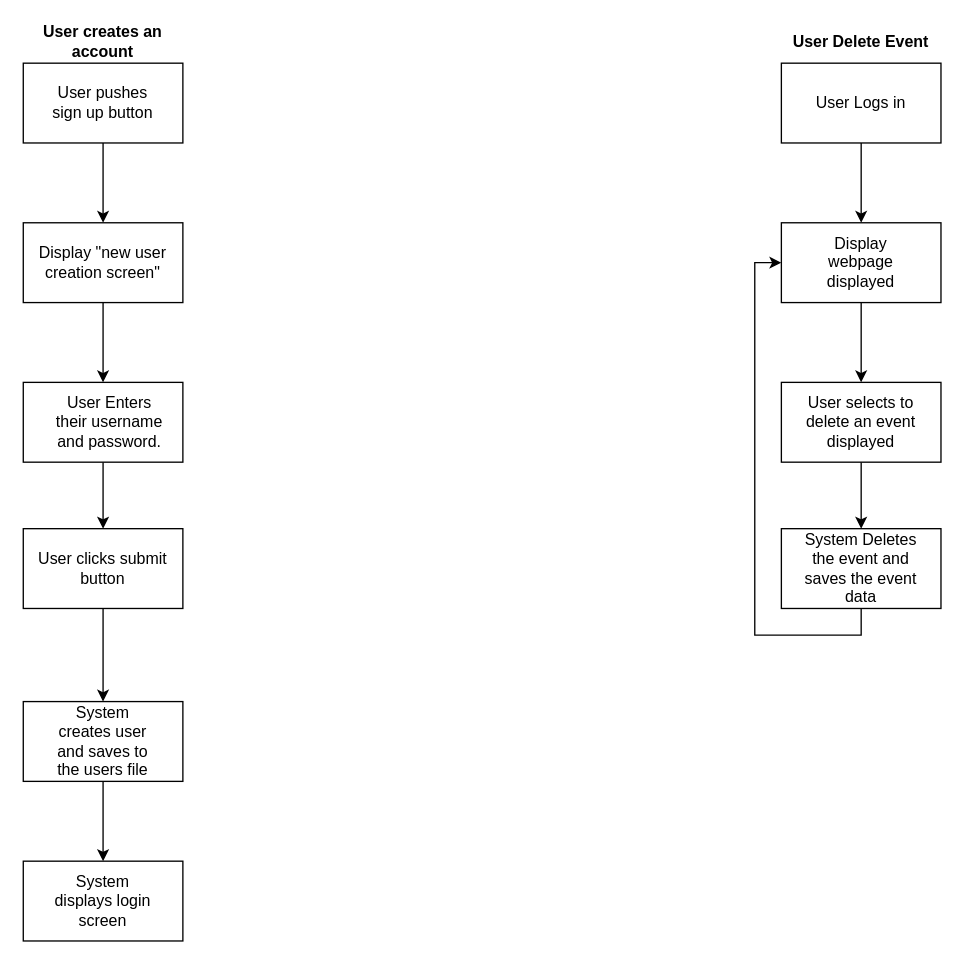
Above: User-create_event-delete.drawio in benjamineavenson/CS320_Project (draw.io), before the change. Source tidied: cells renumbered, new cells numbered last; positions are measured from the earlier drawing's top-left corner, leaving out a move shared by most shapes. Both pictures are drawn from the tidied source at 133%, with x=0, y=0 at pixel (23, 28).
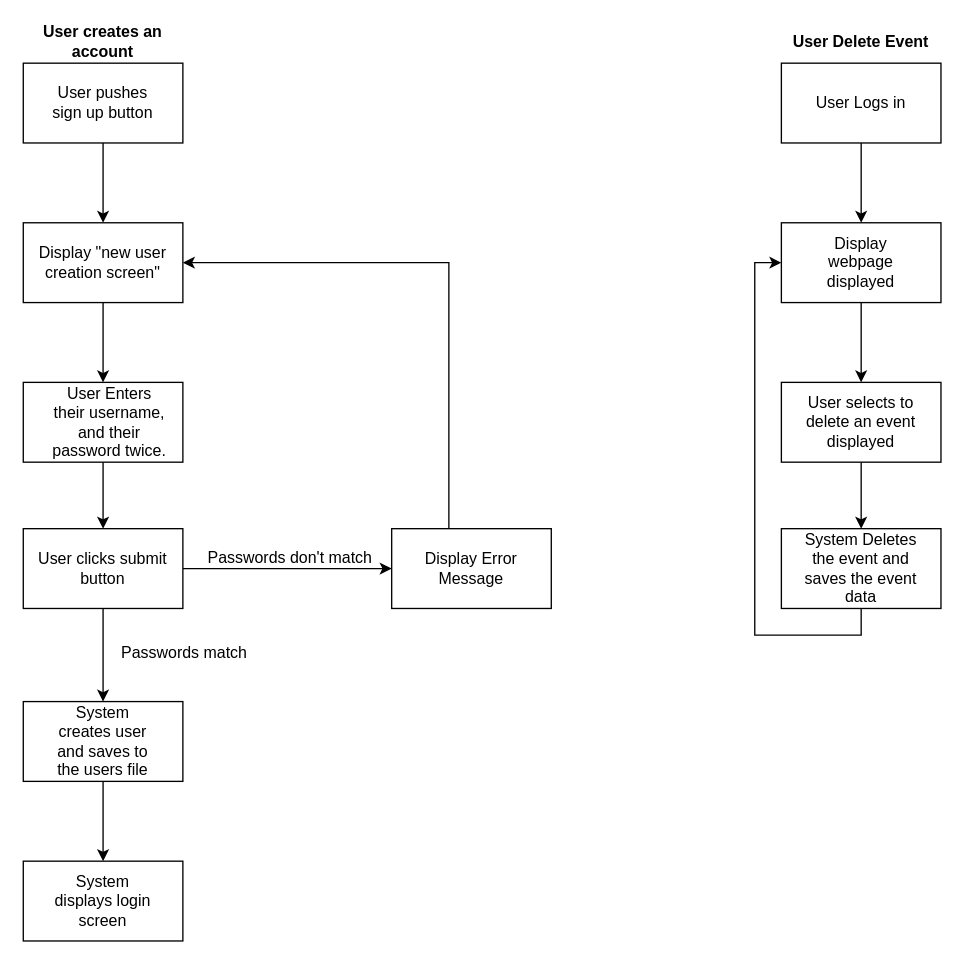
Above is the later version.

Commit message (it also covers changes not shown here):
minor use-case diagram revisions

Unchanged cells that the change refers to:
```xml
<mxCell id="6" style="rounded=0;whiteSpace=wrap;html=1;" parent="1" vertex="1">
  <mxGeometry y="146" width="120" height="60" as="geometry" />
</mxCell>
<mxCell id="12" style="rounded=0;whiteSpace=wrap;html=1;" parent="1" vertex="1">
  <mxGeometry y="376" width="120" height="60" as="geometry" />
</mxCell>
```

The edit, as a diff of the source:
```diff
@@
-    <mxCell id="10" value="User Enters their username and password." style="text;html=1;strokeColor=none;fillColor=none;align=center;verticalAlign=middle;whiteSpace=wrap;rounded=0;" parent="1" vertex="1">
+    <mxCell id="10" value="User Enters their username, and their password twice." style="text;html=1;strokeColor=none;fillColor=none;align=center;verticalAlign=middle;whiteSpace=wrap;rounded=0;" parent="1" vertex="1">
       <mxGeometry x="20" y="286" width="90" height="20" as="geometry" />
     </mxCell>
@@
+    <mxCell id="33" style="edgeStyle=orthogonalEdgeStyle;rounded=0;jettySize=auto;html=1;entryX=0;entryY=0.5;entryDx=0;entryDy=0;" parent="1" edge="1" source="12" target="35">
+      <mxGeometry relative="1" as="geometry" />
+    </mxCell>
@@
+    <mxCell id="34" style="edgeStyle=orthogonalEdgeStyle;rounded=0;jettySize=auto;html=1;entryX=1;entryY=0.5;entryDx=0;entryDy=0;" parent="1" edge="1" source="35" target="6">
+      <mxGeometry relative="1" as="geometry">
+        <Array as="points">
+          <mxPoint x="320" y="176" />
+        </Array>
+      </mxGeometry>
+    </mxCell>
+    <mxCell id="35" value="Display Error Message" style="rounded=0;whiteSpace=wrap;html=1;" parent="1" vertex="1">
+      <mxGeometry x="277" y="376" width="120" height="60" as="geometry" />
+    </mxCell>
+    <mxCell id="36" value="Passwords don't match" style="text;html=1;align=left;verticalAlign=top;spacingTop=-4;" parent="1" vertex="1">
+      <mxGeometry x="137" y="388" width="140" height="20" as="geometry" />
+    </mxCell>
+    <mxCell id="37" value="Passwords match" style="text;html=1;align=left;verticalAlign=top;spacingTop=-4;" parent="1" vertex="1">
+      <mxGeometry x="72" y="460" width="110" height="20" as="geometry" />
+    </mxCell>
```
